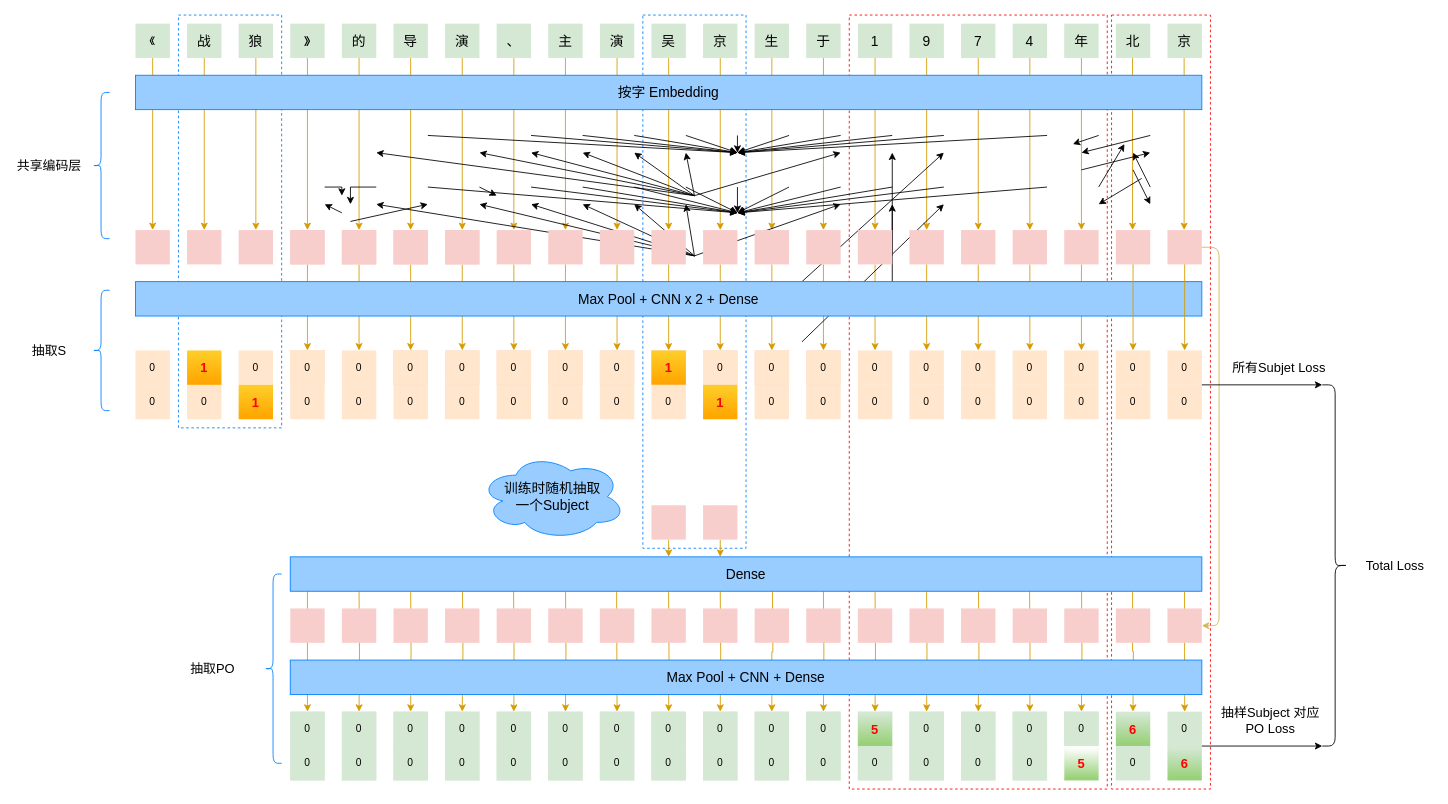
The draw.io diagram 99_resources/11_img/Untitled Diagram.drawio in dataml-cn/playground, before the edit. Source tidied: cells renumbered, new cells numbered last; positions are measured from the earlier drawing's top-left corner, leaving out a move shared by most shapes. Both pictures are drawn from the tidied source at 86%, with x=0, y=0 at pixel (15, 15).
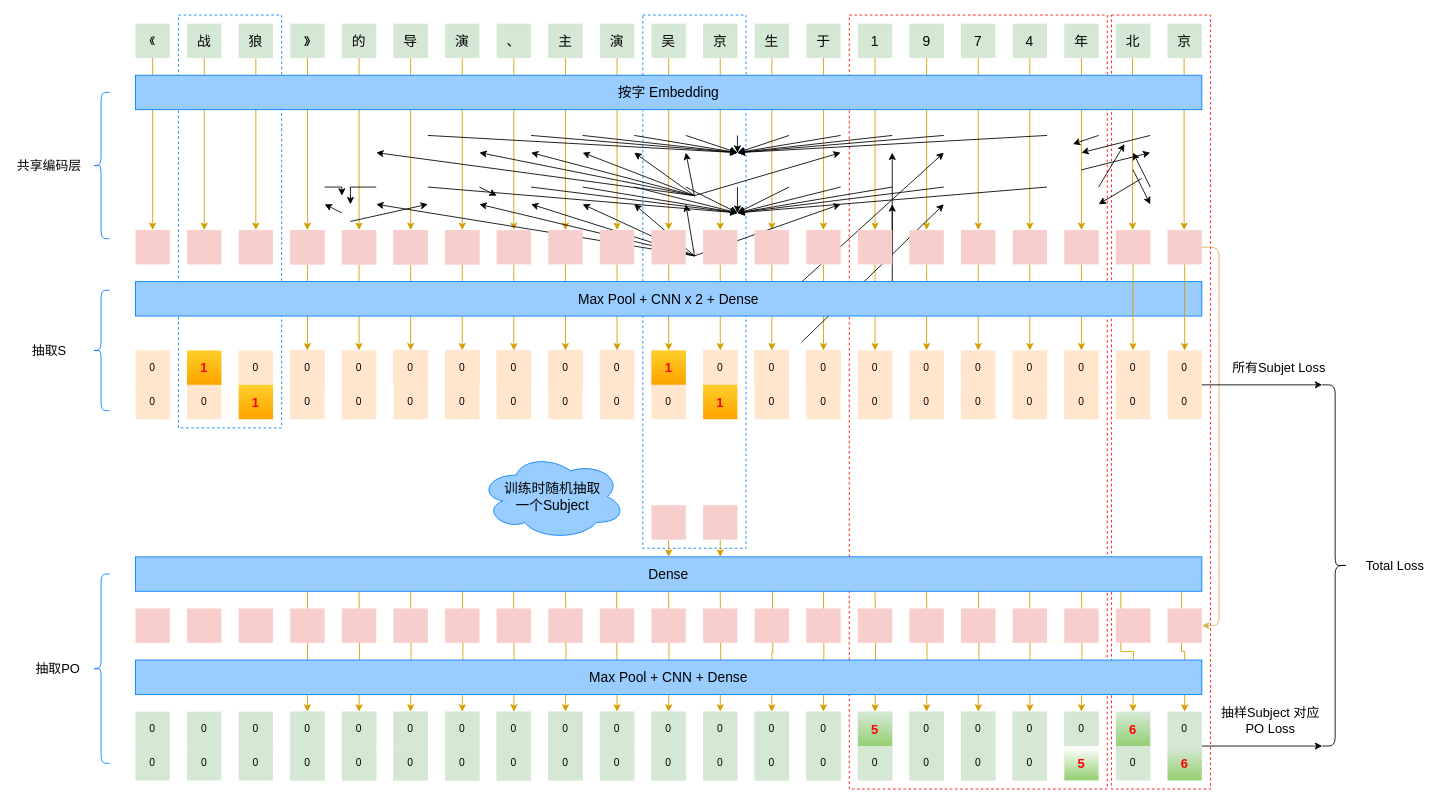
The same diagram, later.

The edit, as a diff of the source:
```diff
@@
     <mxCell id="290" value="&lt;font style=&quot;font-size: 16px&quot;&gt;Dense&lt;/font&gt;" style="rounded=0;whiteSpace=wrap;html=1;shadow=0;glass=0;sketch=0;strokeColor=#007FFF;gradientColor=none;fillColor=#99CCFF;" parent="1" vertex="1">
-      <mxGeometry x="320" y="630" width="1060" height="40" as="geometry" />
+      <mxGeometry x="140" y="630" width="1240" height="40" as="geometry" />
     </mxCell>
     <mxCell id="291" value="&lt;font style=&quot;font-size: 16px&quot;&gt;Max Pool + CNN + Dense&lt;/font&gt;" style="rounded=0;whiteSpace=wrap;html=1;shadow=0;glass=0;sketch=0;strokeColor=#007FFF;gradientColor=none;fillColor=#99CCFF;" parent="1" vertex="1">
-      <mxGeometry x="320" y="750" width="1060" height="40" as="geometry" />
+      <mxGeometry x="140" y="750" width="1240" height="40" as="geometry" />
     </mxCell>
@@
     <mxCell id="299" style="shape=curlyBracket;whiteSpace=wrap;html=1;rounded=1;shadow=0;glass=0;sketch=0;strokeColor=#007FFF;gradientColor=none;size=0.5;" parent="1" vertex="1">
-      <mxGeometry x="290" y="650" width="20" height="220" as="geometry" />
+      <mxGeometry x="90" y="650" width="20" height="220" as="geometry" />
     </mxCell>
     <mxCell id="300" value="&lt;font style=&quot;font-size: 15px&quot;&gt;抽取PO&lt;/font&gt;" style="text;html=1;strokeColor=none;fillColor=none;align=center;verticalAlign=middle;whiteSpace=wrap;rounded=0;shadow=0;glass=0;sketch=0;" parent="1" vertex="1">
-      <mxGeometry x="190" y="750" width="80" height="20" as="geometry" />
+      <mxGeometry x="10" y="750" width="80" height="20" as="geometry" />
     </mxCell>
@@
+    <mxCell id="321" value="0" style="shape=ext;double=1;rounded=0;whiteSpace=wrap;html=1;fillColor=#d5e8d4;strokeColor=none;" parent="1" vertex="1">
+      <mxGeometry x="260" y="810" width="40" height="40" as="geometry" />
+    </mxCell>
+    <mxCell id="322" value="0" style="shape=ext;double=1;rounded=0;whiteSpace=wrap;html=1;fillColor=#d5e8d4;strokeColor=none;" parent="1" vertex="1">
+      <mxGeometry x="260" y="850" width="40" height="40" as="geometry" />
+    </mxCell>
+    <mxCell id="323" value="0" style="shape=ext;double=1;rounded=0;whiteSpace=wrap;html=1;fillColor=#d5e8d4;strokeColor=none;" parent="1" vertex="1">
+      <mxGeometry x="200" y="810" width="40" height="40" as="geometry" />
+    </mxCell>
+    <mxCell id="324" value="0" style="shape=ext;double=1;rounded=0;whiteSpace=wrap;html=1;fillColor=#d5e8d4;strokeColor=none;" parent="1" vertex="1">
+      <mxGeometry x="200" y="850" width="40" height="40" as="geometry" />
+    </mxCell>
+    <mxCell id="325" value="0" style="shape=ext;double=1;rounded=0;whiteSpace=wrap;html=1;fillColor=#d5e8d4;strokeColor=none;" parent="1" vertex="1">
+      <mxGeometry x="140" y="810" width="40" height="40" as="geometry" />
+    </mxCell>
+    <mxCell id="326" value="0" style="shape=ext;double=1;rounded=0;whiteSpace=wrap;html=1;fillColor=#d5e8d4;strokeColor=none;" parent="1" vertex="1">
+      <mxGeometry x="140" y="850" width="40" height="40" as="geometry" />
+    </mxCell>
+    <mxCell id="327" style="shape=ext;double=1;rounded=0;whiteSpace=wrap;html=1;fillColor=#f8cecc;strokeColor=none;" parent="1" vertex="1">
+      <mxGeometry x="260" y="690" width="40" height="40" as="geometry" />
+    </mxCell>
+    <mxCell id="328" style="shape=ext;double=1;rounded=0;whiteSpace=wrap;html=1;fillColor=#f8cecc;strokeColor=none;" parent="1" vertex="1">
+      <mxGeometry x="200" y="690" width="40" height="40" as="geometry" />
+    </mxCell>
+    <mxCell id="329" style="shape=ext;double=1;rounded=0;whiteSpace=wrap;html=1;fillColor=#f8cecc;strokeColor=none;" parent="1" vertex="1">
+      <mxGeometry x="140" y="690" width="40" height="40" as="geometry" />
+    </mxCell>
```
